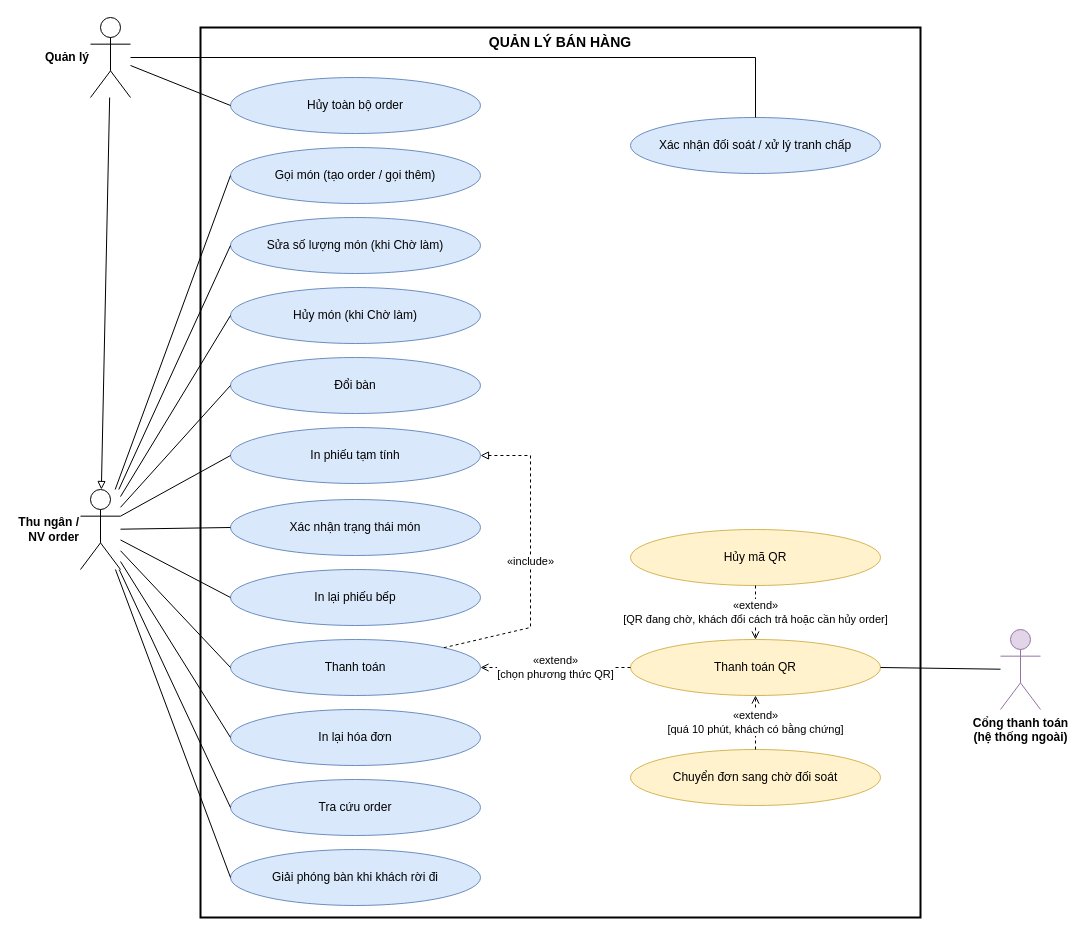
The draw.io diagram page "02 Bán hàng" (3 of 7) of docs/UseCase_HeThongQuanLyNhaHang.drawio in nminhzzz/restaurant-management-ai, before the edit. Source tidied: cells renumbered, new cells numbered last; positions are measured from the earlier drawing's top-left corner, leaving out a move shared by most shapes. Both pictures are drawn from the tidied source at 100%, with x=0, y=0 at pixel (80, 17).
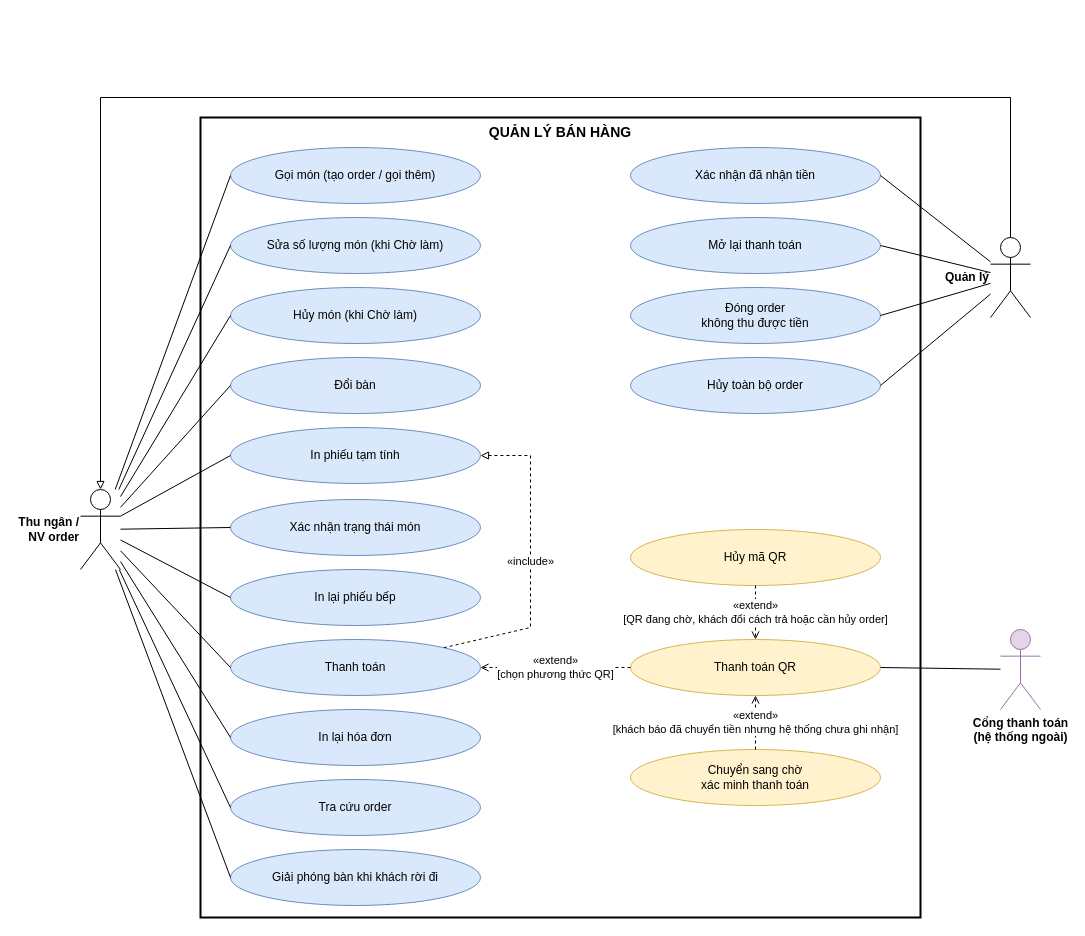
Above is the later version.

Unchanged cells that the change refers to:
```xml
<mxCell id="14" value="Thanh toán QR" style="ellipse;whiteSpace=wrap;html=1;fontSize=12;fillColor=#fff2cc;strokeColor=#d6b656;" parent="1" vertex="1">
  <mxGeometry x="550" y="622" width="250" height="56" as="geometry" />
</mxCell>
<mxCell id="16" value="Thu ngân /&lt;br&gt;NV order" style="shape=umlActor;html=1;outlineConnect=0;fontSize=12;fontStyle=1;labelPosition=left;verticalLabelPosition=middle;align=right;verticalAlign=middle;" parent="1" vertex="1">
  <mxGeometry y="472" width="40" height="80" as="geometry" />
</mxCell>
```

The edit, as a diff of the source:
```diff
@@
     <mxCell id="2" value="QUẢN LÝ BÁN HÀNG" style="rounded=0;whiteSpace=wrap;html=1;verticalAlign=top;fontStyle=1;fontSize=14;fillColor=none;strokeWidth=2;" parent="1" vertex="1">
-      <mxGeometry x="120" y="10" width="720" height="890" as="geometry" />
+      <mxGeometry x="120" y="100" width="720" height="800" as="geometry" />
     </mxCell>
@@
     <mxCell id="12" value="Hủy toàn bộ order" style="ellipse;whiteSpace=wrap;html=1;fontSize=12;fillColor=#dae8fc;strokeColor=#6c8ebf;" parent="1" vertex="1">
-      <mxGeometry x="150" y="60" width="250" height="56" as="geometry" />
+      <mxGeometry x="550" y="340" width="250" height="56" as="geometry" />
     </mxCell>
@@
-    <mxCell id="15" value="Chuyển đơn sang chờ đối soát" style="ellipse;whiteSpace=wrap;html=1;fontSize=12;fillColor=#fff2cc;strokeColor=#d6b656;" parent="1" vertex="1">
+    <mxCell id="15" value="Chuyển sang chờ&lt;br&gt;xác minh thanh toán" style="ellipse;whiteSpace=wrap;html=1;fontSize=12;fillColor=#fff2cc;strokeColor=#d6b656;" parent="1" vertex="1">
       <mxGeometry x="550" y="732" width="250" height="56" as="geometry" />
     </mxCell>
@@
     <mxCell id="17" value="Quản lý" style="shape=umlActor;html=1;outlineConnect=0;fontSize=12;fontStyle=1;labelPosition=left;verticalLabelPosition=middle;align=right;verticalAlign=middle;" parent="1" vertex="1">
-      <mxGeometry x="10" width="40" height="80" as="geometry" />
+      <mxGeometry x="910" y="220" width="40" height="80" as="geometry" />
     </mxCell>
@@
-    <mxCell id="28" style="endArrow=none;html=1;rounded=0;entryX=0;entryY=0.5;entryDx=0;entryDy=0;" parent="1" edge="1" source="17" target="12">
+    <mxCell id="28" style="endArrow=none;html=1;rounded=0;entryX=1;entryY=0.5;entryDx=0;entryDy=0;" parent="1" edge="1" source="17" target="12">
       <mxGeometry relative="1" as="geometry" />
     </mxCell>
@@
-    <mxCell id="32" value="«extend»&lt;br&gt;[quá 10 phút, khách có bằng chứng]" style="endArrow=open;endFill=0;dashed=1;html=1;rounded=0;fontSize=11;labelBackgroundColor=#ffffff;" parent="1" edge="1" source="15" target="14">
+    <mxCell id="32" value="«extend»&lt;br&gt;[khách báo đã chuyển tiền nhưng hệ thống chưa ghi nhận]" style="endArrow=open;endFill=0;dashed=1;html=1;rounded=0;fontSize=11;labelBackgroundColor=#ffffff;" parent="1" edge="1" source="15" target="14">
       <mxGeometry relative="1" as="geometry" />
     </mxCell>
-    <mxCell id="33" style="endArrow=block;endFill=0;html=1;rounded=0;" parent="1" edge="1" source="17" target="16">
-      <mxGeometry relative="1" as="geometry" />
+    <mxCell id="33" style="endArrow=block;endFill=0;html=1;rounded=0;entryX=0.5;entryY=0;entryDx=0;entryDy=0;entryPerimeter=0;exitX=0.5;exitY=0;exitDx=0;exitDy=0;exitPerimeter=0;" parent="1" edge="1" source="17" target="16">
+      <mxGeometry relative="1" as="geometry">
+        <Array as="points">
+          <mxPoint x="930" y="80" />
+          <mxPoint x="20" y="80" />
+        </Array>
+      </mxGeometry>
     </mxCell>
-    <mxCell id="34" value="Xác nhận đối soát / xử lý tranh chấp" style="ellipse;whiteSpace=wrap;html=1;fontSize=12;fillColor=#dae8fc;strokeColor=#6c8ebf;" parent="1" vertex="1">
-      <mxGeometry x="550" y="100" width="250" height="56" as="geometry" />
+    <mxCell id="34" value="Xác nhận đã nhận tiền" style="ellipse;whiteSpace=wrap;html=1;fontSize=12;fillColor=#dae8fc;strokeColor=#6c8ebf;" parent="1" vertex="1">
+      <mxGeometry x="550" y="130" width="250" height="56" as="geometry" />
     </mxCell>
-    <mxCell id="35" style="endArrow=none;html=1;rounded=0;entryX=0.5;entryY=0;entryDx=0;entryDy=0;" parent="1" edge="1" source="17" target="34">
-      <mxGeometry relative="1" as="geometry">
-        <Array as="points">
-          <mxPoint x="675" y="40" />
-        </Array>
-      </mxGeometry>
+    <mxCell id="35" style="endArrow=none;html=1;rounded=0;entryX=1;entryY=0.5;entryDx=0;entryDy=0;" parent="1" edge="1" source="17" target="34">
+      <mxGeometry relative="1" as="geometry" />
     </mxCell>
@@
+    <mxCell id="41" value="Mở lại thanh toán" style="ellipse;whiteSpace=wrap;html=1;fontSize=12;fillColor=#dae8fc;strokeColor=#6c8ebf;" parent="1" vertex="1">
+      <mxGeometry x="550" y="200" width="250" height="56" as="geometry" />
+    </mxCell>
+    <mxCell id="42" style="endArrow=none;html=1;rounded=0;entryX=0.5;entryY=0;entryDx=0;entryDy=0;entryX=1;entryY=0.5;" parent="1" edge="1" source="17" target="41">
+      <mxGeometry relative="1" as="geometry" />
+    </mxCell>
+    <mxCell id="43" value="Đóng order&lt;br&gt;không thu được tiền" style="ellipse;whiteSpace=wrap;html=1;fontSize=12;fillColor=#dae8fc;strokeColor=#6c8ebf;" parent="1" vertex="1">
+      <mxGeometry x="550" y="270" width="250" height="56" as="geometry" />
+    </mxCell>
+    <mxCell id="44" style="endArrow=none;html=1;rounded=0;entryX=0.5;entryY=0;entryDx=0;entryDy=0;entryX=1;entryY=0.5;" parent="1" edge="1" source="17" target="43">
+      <mxGeometry relative="1" as="geometry" />
+    </mxCell>
```
